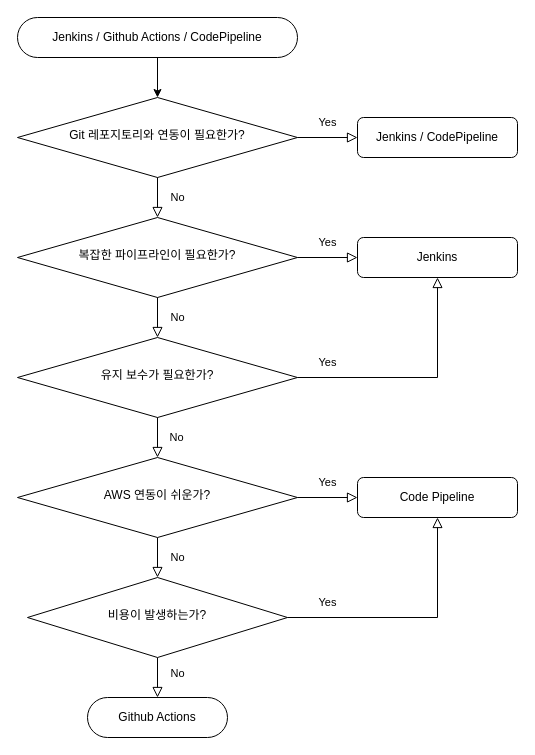
Before: CICD_tools_selection_diagram.drawio in aspyn-gitaction/github-actions, a draw.io diagram. Source tidied: cells renumbered, new cells numbered last; positions are measured from the earlier drawing's top-left corner, leaving out a move shared by most shapes. Both pictures are drawn from the tidied source at 100%, with x=0, y=0 at pixel (17, 17).
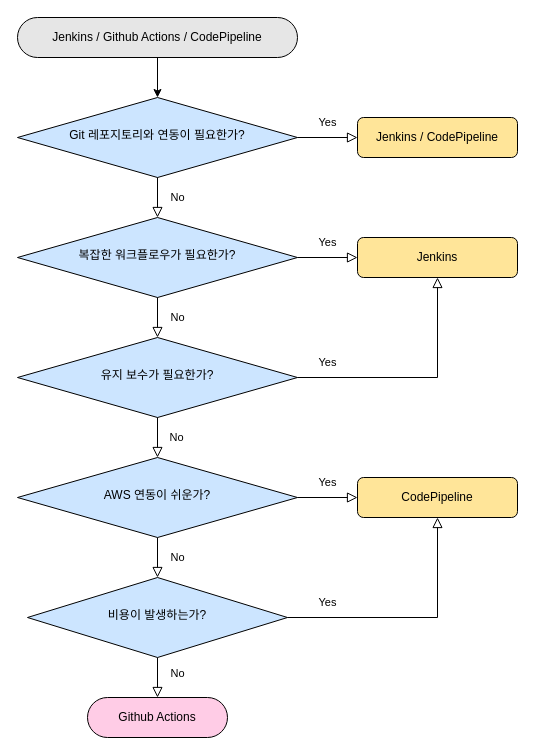
The same page after the edit.

Diff of the diagram source:
```diff
@@
-    <mxCell id="3" value="No" style="rounded=0;html=1;jettySize=auto;fontSize=11;endArrow=block;endFill=0;endSize=8;strokeWidth=1;shadow=0;labelBackgroundColor=none;edgeStyle=orthogonalEdgeStyle;entryX=0.5;entryY=0;entryDx=0;entryDy=0;exitX=0.5;exitY=1;exitDx=0;exitDy=0;" parent="1" edge="1" source="8" target="12">
+    <mxCell id="3" value="No" style="rounded=0;html=1;jettySize=auto;fontSize=11;endArrow=block;endFill=0;endSize=8;strokeWidth=1;shadow=0;labelBackgroundColor=none;edgeStyle=orthogonalEdgeStyle;entryX=0.5;entryY=0;entryDx=0;entryDy=0;exitX=0.5;exitY=1;exitDx=0;exitDy=0;fontStyle=0;" parent="1" edge="1" source="8" target="12">
       <mxGeometry x="0.01" y="20" relative="1" as="geometry" />
     </mxCell>
-    <mxCell id="4" value="Yes" style="edgeStyle=orthogonalEdgeStyle;rounded=0;html=1;jettySize=auto;fontSize=11;endArrow=block;endFill=0;endSize=8;strokeWidth=1;shadow=0;labelBackgroundColor=none;exitX=1;exitY=0.5;exitDx=0;exitDy=0;" parent="1" edge="1" source="5" target="6">
+    <mxCell id="4" value="Yes" style="edgeStyle=orthogonalEdgeStyle;rounded=0;html=1;jettySize=auto;fontSize=11;endArrow=block;endFill=0;endSize=8;strokeWidth=1;shadow=0;labelBackgroundColor=none;exitX=1;exitY=0.5;exitDx=0;exitDy=0;fontStyle=0;" parent="1" edge="1" source="5" target="6">
       <mxGeometry y="15" relative="1" as="geometry" />
     </mxCell>
-    <mxCell id="5" value="복잡한 파이프라인이 필요한가?" style="rhombus;whiteSpace=wrap;html=1;shadow=0;fontFamily=Helvetica;fontSize=12;align=center;strokeWidth=1;spacing=6;spacingTop=-4;" parent="1" vertex="1">
+    <mxCell id="5" value="복잡한 워크플로우가 필요한가?" style="rhombus;whiteSpace=wrap;html=1;shadow=0;fontFamily=Helvetica;fontSize=12;align=center;strokeWidth=1;spacing=6;spacingTop=-4;fillColor=#CCE5FF;" parent="1" vertex="1">
       <mxGeometry y="200" width="280" height="80" as="geometry" />
     </mxCell>
-    <mxCell id="6" value="Jenkins" style="rounded=1;whiteSpace=wrap;html=1;fontSize=12;glass=0;strokeWidth=1;shadow=0;" parent="1" vertex="1">
+    <mxCell id="6" value="Jenkins" style="rounded=1;whiteSpace=wrap;html=1;fontSize=12;glass=0;strokeWidth=1;shadow=0;fillColor=#FFE599;" parent="1" vertex="1">
       <mxGeometry x="340" y="220" width="160" height="40" as="geometry" />
     </mxCell>
-    <mxCell id="7" value="No" style="rounded=0;html=1;jettySize=auto;fontSize=11;endArrow=block;endFill=0;endSize=8;strokeWidth=1;shadow=0;labelBackgroundColor=none;edgeStyle=orthogonalEdgeStyle;exitX=0.5;exitY=1;exitDx=0;exitDy=0;entryX=0.5;entryY=0.5;entryDx=0;entryDy=-20;entryPerimeter=0;" parent="1" edge="1" source="12" target="20">
+    <mxCell id="7" value="No" style="rounded=0;html=1;jettySize=auto;fontSize=11;endArrow=block;endFill=0;endSize=8;strokeWidth=1;shadow=0;labelBackgroundColor=none;edgeStyle=orthogonalEdgeStyle;exitX=0.5;exitY=1;exitDx=0;exitDy=0;entryX=0.5;entryY=0.5;entryDx=0;entryDy=-20;entryPerimeter=0;fontStyle=0;" parent="1" edge="1" source="12" target="20">
       <mxGeometry x="-0.13" y="20" relative="1" as="geometry">
         <mxPoint y="-1" as="offset" />
       </mxGeometry>
     </mxCell>
-    <mxCell id="8" value="AWS 연동이 쉬운가?" style="rhombus;whiteSpace=wrap;html=1;shadow=0;fontFamily=Helvetica;fontSize=12;align=center;strokeWidth=1;spacing=6;spacingTop=-4;" parent="1" vertex="1">
+    <mxCell id="8" value="AWS 연동이 쉬운가?" style="rhombus;whiteSpace=wrap;html=1;shadow=0;fontFamily=Helvetica;fontSize=12;align=center;strokeWidth=1;spacing=6;spacingTop=-4;fillColor=#CCE5FF;" parent="1" vertex="1">
       <mxGeometry y="440" width="280" height="80" as="geometry" />
     </mxCell>
-    <mxCell id="9" value="No" style="rounded=0;html=1;jettySize=auto;fontSize=11;endArrow=block;endFill=0;endSize=8;strokeWidth=1;shadow=0;labelBackgroundColor=none;edgeStyle=orthogonalEdgeStyle;exitX=0.5;exitY=1;exitDx=0;exitDy=0;entryX=0.5;entryY=0;entryDx=0;entryDy=0;" parent="1" edge="1" source="5" target="13">
+    <mxCell id="9" value="No" style="rounded=0;html=1;jettySize=auto;fontSize=11;endArrow=block;endFill=0;endSize=8;strokeWidth=1;shadow=0;labelBackgroundColor=none;edgeStyle=orthogonalEdgeStyle;exitX=0.5;exitY=1;exitDx=0;exitDy=0;entryX=0.5;entryY=0;entryDx=0;entryDy=0;fontStyle=0;" parent="1" edge="1" source="5" target="13">
       <mxGeometry y="20" relative="1" as="geometry" />
     </mxCell>
-    <mxCell id="10" value="Yes" style="edgeStyle=orthogonalEdgeStyle;rounded=0;html=1;jettySize=auto;fontSize=11;endArrow=block;endFill=0;endSize=8;strokeWidth=1;shadow=0;labelBackgroundColor=none;exitX=1;exitY=0.5;exitDx=0;exitDy=0;" parent="1" edge="1" source="8" target="11">
+    <mxCell id="10" value="Yes" style="edgeStyle=orthogonalEdgeStyle;rounded=0;html=1;jettySize=auto;fontSize=11;endArrow=block;endFill=0;endSize=8;strokeWidth=1;shadow=0;labelBackgroundColor=none;exitX=1;exitY=0.5;exitDx=0;exitDy=0;fontStyle=0;" parent="1" edge="1" source="8" target="11">
       <mxGeometry y="15" relative="1" as="geometry" />
     </mxCell>
-    <mxCell id="11" value="Code Pipeline" style="rounded=1;whiteSpace=wrap;html=1;fontSize=12;glass=0;strokeWidth=1;shadow=0;" parent="1" vertex="1">
+    <mxCell id="11" value="CodePipeline" style="rounded=1;whiteSpace=wrap;html=1;fontSize=12;glass=0;strokeWidth=1;shadow=0;fillColor=#FFE599;" parent="1" vertex="1">
       <mxGeometry x="340" y="460" width="160" height="40" as="geometry" />
     </mxCell>
-    <mxCell id="12" value="비용이 발생하는가?" style="rhombus;whiteSpace=wrap;html=1;shadow=0;fontFamily=Helvetica;fontSize=12;align=center;strokeWidth=1;spacing=6;spacingTop=-4;" parent="1" vertex="1">
+    <mxCell id="12" value="비용이 발생하는가?" style="rhombus;whiteSpace=wrap;html=1;shadow=0;fontFamily=Helvetica;fontSize=12;align=center;strokeWidth=1;spacing=6;spacingTop=-4;fillColor=#CCE5FF;" parent="1" vertex="1">
       <mxGeometry x="10" y="560" width="260" height="80" as="geometry" />
     </mxCell>
-    <mxCell id="13" value="유지 보수가 필요한가?" style="rhombus;whiteSpace=wrap;html=1;shadow=0;fontFamily=Helvetica;fontSize=12;align=center;strokeWidth=1;spacing=6;spacingTop=-4;" parent="1" vertex="1">
+    <mxCell id="13" value="유지 보수가 필요한가?" style="rhombus;whiteSpace=wrap;html=1;shadow=0;fontFamily=Helvetica;fontSize=12;align=center;strokeWidth=1;spacing=6;spacingTop=-4;fillColor=#CCE5FF;" parent="1" vertex="1">
       <mxGeometry y="320" width="280" height="80" as="geometry" />
     </mxCell>
-    <mxCell id="14" value="Yes" style="edgeStyle=orthogonalEdgeStyle;rounded=0;html=1;jettySize=auto;fontSize=11;endArrow=block;endFill=0;endSize=8;strokeWidth=1;shadow=0;labelBackgroundColor=none;exitX=1;exitY=0.5;exitDx=0;exitDy=0;entryX=0.5;entryY=1;entryDx=0;entryDy=0;" parent="1" edge="1" source="13" target="6">
+    <mxCell id="14" value="Yes" style="edgeStyle=orthogonalEdgeStyle;rounded=0;html=1;jettySize=auto;fontSize=11;endArrow=block;endFill=0;endSize=8;strokeWidth=1;shadow=0;labelBackgroundColor=none;exitX=1;exitY=0.5;exitDx=0;exitDy=0;entryX=0.5;entryY=1;entryDx=0;entryDy=0;fontStyle=0;" parent="1" edge="1" source="13" target="6">
       <mxGeometry x="-0.75" y="15" relative="1" as="geometry" />
     </mxCell>
-    <mxCell id="15" value="No" style="rounded=0;html=1;jettySize=auto;fontSize=11;endArrow=block;endFill=0;endSize=8;strokeWidth=1;shadow=0;labelBackgroundColor=none;edgeStyle=orthogonalEdgeStyle;exitX=0.5;exitY=1;exitDx=0;exitDy=0;entryX=0.5;entryY=0;entryDx=0;entryDy=0;" parent="1" edge="1" source="13" target="8">
-      <mxGeometry x="0.05" y="19" relative="1" as="geometry">
-        <mxPoint y="-1" as="offset" />
-      </mxGeometry>
+    <mxCell id="15" value="No" style="rounded=0;html=1;jettySize=auto;fontSize=11;endArrow=block;endFill=0;endSize=8;strokeWidth=1;shadow=0;labelBackgroundColor=none;edgeStyle=orthogonalEdgeStyle;exitX=0.5;exitY=1;exitDx=0;exitDy=0;entryX=0.5;entryY=0;entryDx=0;entryDy=0;fontStyle=0;" parent="1" edge="1" source="13" target="8">
+      <mxGeometry x="0.01" y="19" relative="1" as="geometry" />
     </mxCell>
-    <mxCell id="16" value="Yes" style="edgeStyle=orthogonalEdgeStyle;rounded=0;html=1;jettySize=auto;fontSize=11;endArrow=block;endFill=0;endSize=8;strokeWidth=1;shadow=0;labelBackgroundColor=none;exitX=1;exitY=0.5;exitDx=0;exitDy=0;entryX=0.5;entryY=1;entryDx=0;entryDy=0;" parent="1" edge="1" source="12" target="11">
+    <mxCell id="16" value="Yes" style="edgeStyle=orthogonalEdgeStyle;rounded=0;html=1;jettySize=auto;fontSize=11;endArrow=block;endFill=0;endSize=8;strokeWidth=1;shadow=0;labelBackgroundColor=none;exitX=1;exitY=0.5;exitDx=0;exitDy=0;entryX=0.5;entryY=1;entryDx=0;entryDy=0;fontStyle=0;" parent="1" edge="1" source="12" target="11">
       <mxGeometry x="-0.68" y="15" relative="1" as="geometry" />
     </mxCell>
-    <mxCell id="17" value="Git 레포지토리와 연동이 필요한가?" style="rhombus;whiteSpace=wrap;html=1;shadow=0;fontFamily=Helvetica;fontSize=12;align=center;strokeWidth=1;spacing=6;spacingTop=-4;" parent="1" vertex="1">
+    <mxCell id="17" value="Git 레포지토리와 연동이 필요한가?" style="rhombus;whiteSpace=wrap;html=1;shadow=0;fontFamily=Helvetica;fontSize=12;align=center;strokeWidth=1;spacing=6;spacingTop=-4;fillColor=#CCE5FF;" parent="1" vertex="1">
       <mxGeometry y="80" width="280" height="80" as="geometry" />
     </mxCell>
-    <mxCell id="18" value="No" style="rounded=0;html=1;jettySize=auto;fontSize=11;endArrow=block;endFill=0;endSize=8;strokeWidth=1;shadow=0;labelBackgroundColor=none;edgeStyle=orthogonalEdgeStyle;exitX=0.5;exitY=1;exitDx=0;exitDy=0;entryX=0.5;entryY=0;entryDx=0;entryDy=0;" parent="1" edge="1" source="17" target="5">
+    <mxCell id="18" value="No" style="rounded=0;html=1;jettySize=auto;fontSize=11;endArrow=block;endFill=0;endSize=8;strokeWidth=1;shadow=0;labelBackgroundColor=none;edgeStyle=orthogonalEdgeStyle;exitX=0.5;exitY=1;exitDx=0;exitDy=0;entryX=0.5;entryY=0;entryDx=0;entryDy=0;fontStyle=0;" parent="1" edge="1" source="17" target="5">
       <mxGeometry y="20" relative="1" as="geometry" />
     </mxCell>
-    <mxCell id="19" value="Jenkins / Github Actions / CodePipeline" style="html=1;dashed=0;whiteSpace=wrap;shape=mxgraph.dfd.start;" parent="1" vertex="1">
+    <mxCell id="19" value="Jenkins / Github Actions / CodePipeline" style="html=1;dashed=0;whiteSpace=wrap;shape=mxgraph.dfd.start;fillColor=#E6E6E6;" parent="1" vertex="1">
       <mxGeometry width="280" height="40" as="geometry" />
     </mxCell>
-    <mxCell id="20" value="Github Actions" style="html=1;dashed=0;whiteSpace=wrap;shape=mxgraph.dfd.start;" parent="1" vertex="1">
+    <mxCell id="20" value="Github Actions" style="html=1;dashed=0;whiteSpace=wrap;shape=mxgraph.dfd.start;fillColor=#FFCCE6;" parent="1" vertex="1">
       <mxGeometry x="70" y="680" width="140" height="40" as="geometry" />
     </mxCell>
-    <mxCell id="21" value="Jenkins / CodePipeline" style="rounded=1;whiteSpace=wrap;html=1;fontSize=12;glass=0;strokeWidth=1;shadow=0;" parent="1" vertex="1">
+    <mxCell id="21" value="Jenkins / CodePipeline" style="rounded=1;whiteSpace=wrap;html=1;fontSize=12;glass=0;strokeWidth=1;shadow=0;fillColor=#FFE599;" parent="1" vertex="1">
       <mxGeometry x="340" y="100" width="160" height="40" as="geometry" />
     </mxCell>
-    <mxCell id="22" value="Yes" style="edgeStyle=orthogonalEdgeStyle;rounded=0;html=1;jettySize=auto;fontSize=11;endArrow=block;endFill=0;endSize=8;strokeWidth=1;shadow=0;labelBackgroundColor=none;exitX=1;exitY=0.5;exitDx=0;exitDy=0;entryX=0;entryY=0.5;entryDx=0;entryDy=0;" parent="1" edge="1" source="17" target="21">
+    <mxCell id="22" value="Yes" style="edgeStyle=orthogonalEdgeStyle;rounded=0;html=1;jettySize=auto;fontSize=11;endArrow=block;endFill=0;endSize=8;strokeWidth=1;shadow=0;labelBackgroundColor=none;exitX=1;exitY=0.5;exitDx=0;exitDy=0;entryX=0;entryY=0.5;entryDx=0;entryDy=0;fontStyle=0;" parent="1" edge="1" source="17" target="21">
       <mxGeometry y="15" relative="1" as="geometry" />
     </mxCell>
```
